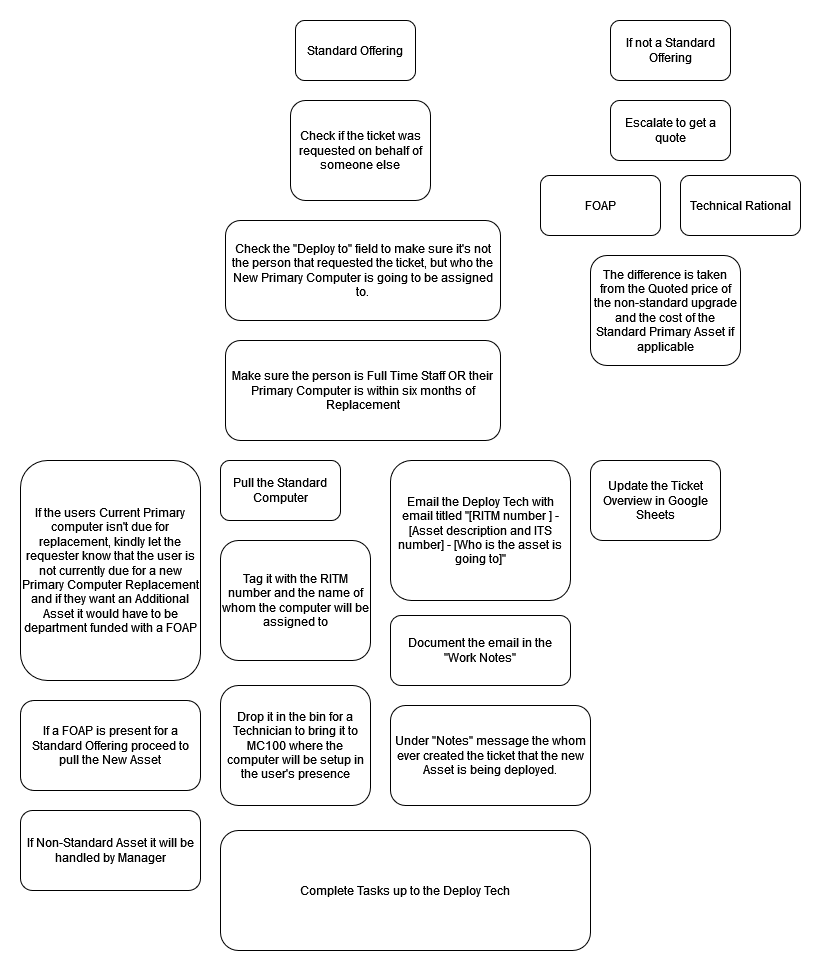
Before: Untitled Diagram.drawio.png, a diagram exported from draw.io (KevinWongCS/USFUSF). Source tidied: cells renumbered, new cells last; positions are measured from the earlier drawing's top-left corner, leaving out a move shared by most shapes. Its diagram source:
```xml
<mxGraphModel>
  <root>
    <mxCell id="0" />
    <mxCell id="1" parent="0" />
    <mxCell id="2" value="Standard Offering" style="rounded=1;whiteSpace=wrap;html=1;" parent="1" vertex="1">
      <mxGeometry x="275" width="120" height="60" as="geometry" />
    </mxCell>
    <mxCell id="3" value="Check if the ticket was requested on behalf of someone else" style="rounded=1;whiteSpace=wrap;html=1;" parent="1" vertex="1">
      <mxGeometry x="270" y="80" width="140" height="100" as="geometry" />
    </mxCell>
    <mxCell id="4" value="Check the &quot;Deploy to&quot; field to make sure it's not the person that requested the ticket, but who the New Primary Computer is going to be assigned to." style="rounded=1;whiteSpace=wrap;html=1;" parent="1" vertex="1">
      <mxGeometry x="205" y="200" width="275" height="100" as="geometry" />
    </mxCell>
    <mxCell id="5" value="Pull the Standard Computer" style="rounded=1;whiteSpace=wrap;html=1;" parent="1" vertex="1">
      <mxGeometry x="200" y="440" width="120" height="60" as="geometry" />
    </mxCell>
    <mxCell id="6" value="Tag it with the RITM number and the name of whom the computer will be assigned to" style="rounded=1;whiteSpace=wrap;html=1;" parent="1" vertex="1">
      <mxGeometry x="200" y="520" width="150" height="120" as="geometry" />
    </mxCell>
    <mxCell id="7" value="Update the Ticket Overview in Google Sheets " style="rounded=1;whiteSpace=wrap;html=1;" parent="1" vertex="1">
      <mxGeometry x="570" y="440" width="130" height="80" as="geometry" />
    </mxCell>
    <mxCell id="8" value="Make sure the person is Full Time Staff OR their Primary Computer is within six months of Replacement " style="rounded=1;whiteSpace=wrap;html=1;" parent="1" vertex="1">
      <mxGeometry x="205" y="320" width="275" height="100" as="geometry" />
    </mxCell>
    <mxCell id="9" value="Drop it in the bin for a Technician to bring it to MC100 where the computer will be setup in the user's presence" style="rounded=1;whiteSpace=wrap;html=1;" parent="1" vertex="1">
      <mxGeometry x="200" y="665" width="150" height="120" as="geometry" />
    </mxCell>
    <mxCell id="10" value="If the users Current Primary computer isn't due for replacement, kindly let the requester know that the user is not currently due for a new Primary Computer Replacement and if they want an Additional Asset it would have to be department funded with a FOAP" style="rounded=1;whiteSpace=wrap;html=1;" parent="1" vertex="1">
      <mxGeometry y="440" width="180" height="220" as="geometry" />
    </mxCell>
    <mxCell id="11" value="Email the Deploy Tech with email titled &quot;[RITM number ] - [Asset description and ITS number] - [Who is the asset is going to]&quot;" style="rounded=1;whiteSpace=wrap;html=1;" parent="1" vertex="1">
      <mxGeometry x="370" y="440" width="180" height="140" as="geometry" />
    </mxCell>
    <mxCell id="12" value="Document the email in the &quot;Work Notes&quot; " style="rounded=1;whiteSpace=wrap;html=1;" parent="1" vertex="1">
      <mxGeometry x="370" y="595" width="180" height="70" as="geometry" />
    </mxCell>
    <mxCell id="13" value="Escalate to get a quote" style="rounded=1;whiteSpace=wrap;html=1;" parent="1" vertex="1">
      <mxGeometry x="590" y="80" width="120" height="60" as="geometry" />
    </mxCell>
    <mxCell id="14" value="FOAP" style="rounded=1;whiteSpace=wrap;html=1;" parent="1" vertex="1">
      <mxGeometry x="520" y="155" width="120" height="60" as="geometry" />
    </mxCell>
    <mxCell id="15" value="Technical Rational" style="rounded=1;whiteSpace=wrap;html=1;" parent="1" vertex="1">
      <mxGeometry x="660" y="155" width="120" height="60" as="geometry" />
    </mxCell>
    <mxCell id="16" value="The difference is taken from the Quoted price of the non-standard upgrade and the cost of the Standard Primary Asset if applicable" style="rounded=1;whiteSpace=wrap;html=1;" parent="1" vertex="1">
      <mxGeometry x="570" y="235" width="150" height="110" as="geometry" />
    </mxCell>
    <mxCell id="17" value="If not a Standard Offering " style="rounded=1;whiteSpace=wrap;html=1;" parent="1" vertex="1">
      <mxGeometry x="590" width="120" height="60" as="geometry" />
    </mxCell>
    <mxCell id="18" value="Under &quot;Notes&quot; message the whom ever created the ticket that the new Asset is being deployed." style="rounded=1;whiteSpace=wrap;html=1;" parent="1" vertex="1">
      <mxGeometry x="370" y="685" width="200" height="100" as="geometry" />
    </mxCell>
    <mxCell id="19" value="If a FOAP is present for a Standard Offering proceed to pull the New Asset " style="rounded=1;whiteSpace=wrap;html=1;" parent="1" vertex="1">
      <mxGeometry y="680" width="180" height="90" as="geometry" />
    </mxCell>
    <mxCell id="20" value="If Non-Standard Asset it will be handled by Manager" style="rounded=1;whiteSpace=wrap;html=1;" parent="1" vertex="1">
      <mxGeometry y="790" width="180" height="80" as="geometry" />
    </mxCell>
    <mxCell id="21" value="Complete Tasks up to the Deploy Tech" style="rounded=1;whiteSpace=wrap;html=1;" parent="1" vertex="1">
      <mxGeometry x="200" y="810" width="370" height="120" as="geometry" />
    </mxCell>
  </root>
</mxGraphModel>
```
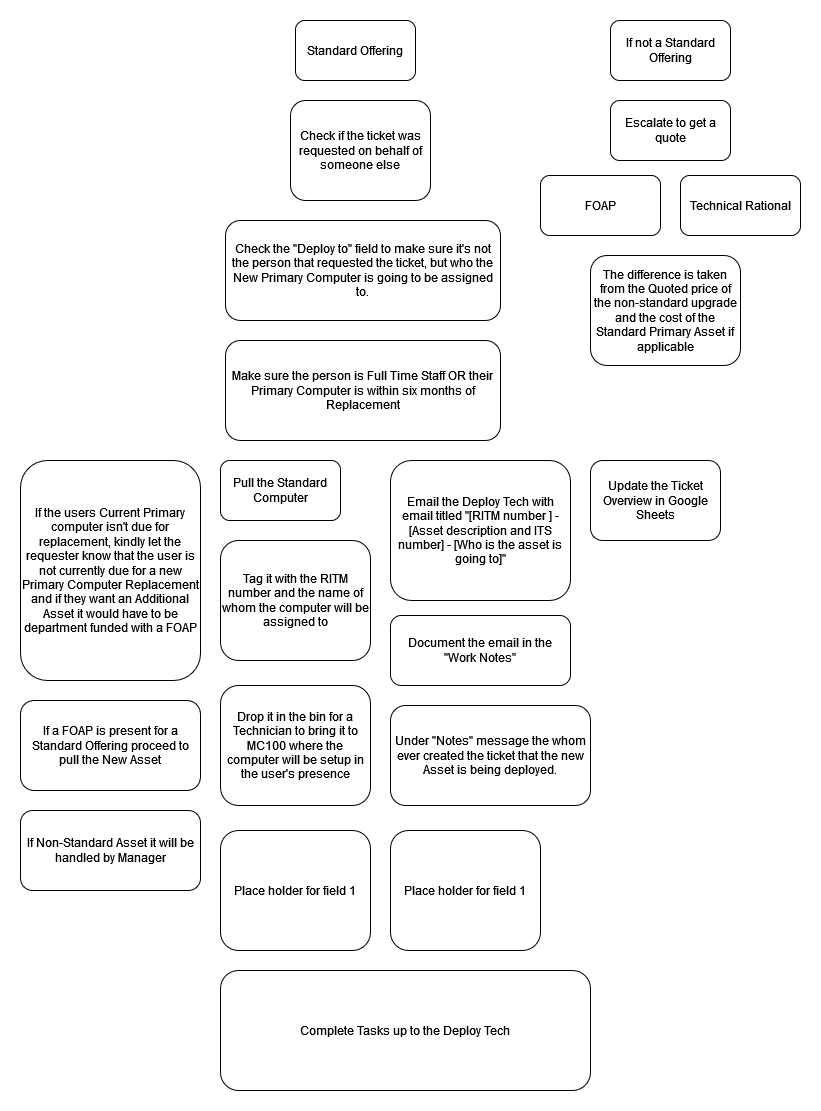
After the change.

The edit, as a diff of the source:
```diff
@@ -60,7 +60,13 @@
       <mxGeometry y="790" width="180" height="80" as="geometry" />
     </mxCell>
     <mxCell id="21" value="Complete Tasks up to the Deploy Tech" style="rounded=1;whiteSpace=wrap;html=1;" parent="1" vertex="1">
-      <mxGeometry x="200" y="810" width="370" height="120" as="geometry" />
+      <mxGeometry x="200" y="950" width="370" height="120" as="geometry" />
     </mxCell>
+    <mxCell id="22" value="Place holder for field 1" style="rounded=1;whiteSpace=wrap;html=1;" parent="1" vertex="1">
+      <mxGeometry x="200" y="810" width="150" height="120" as="geometry" />
+    </mxCell>
+    <mxCell id="23" value="Place holder for field 1" style="rounded=1;whiteSpace=wrap;html=1;" parent="1" vertex="1">
+      <mxGeometry x="370" y="810" width="150" height="120" as="geometry" />
+    </mxCell>
   </root>
 </mxGraphModel>
```
